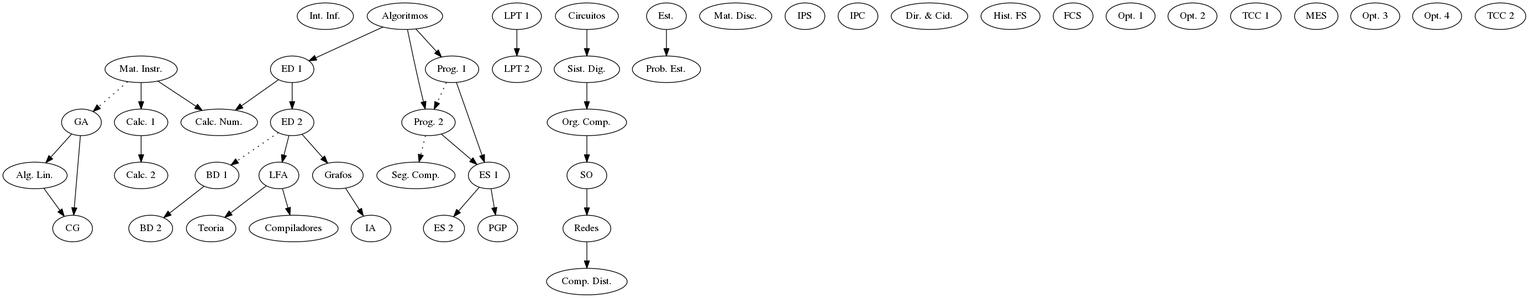
This is pres.png from wuerges/pre-requisitos, a Graphviz export, as it was before one commit. Its source is kept beside it as pres.dot.
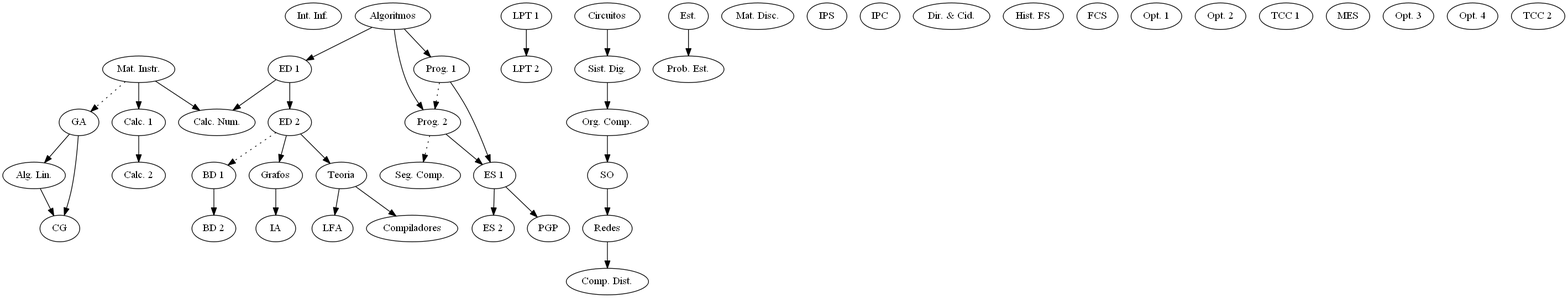
Above is the later version.

What changed in the source:
```diff
@@ -63,19 +63,19 @@
   4 -> 20;
   2 -> 21;
   9 -> 21;
-  14 -> 23;
+  14 -> 28;
   14 -> 24;
   19 -> 25;
   15 -> 26;
   20 -> 26;
-  23 -> 28;
+  28 -> 23;
   18 -> 30;
   26 -> 32;
   30 -> 33;
   6 -> 34;
   12 -> 34;
   26 -> 35;
-  23 -> 36;
+  28 -> 36;
   24 -> 38;
   33 -> 41;
 
```
